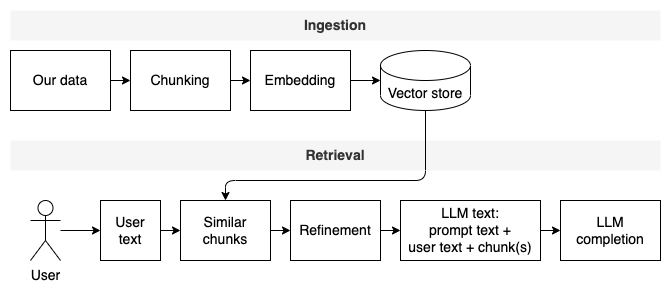
Before: docs/overview.drawio.png, a diagram exported from draw.io (fau-masters-collected-works-cgarbin/gpt-all-local). Source tidied: cells renumbered, new cells last; positions are measured from the earlier drawing's top-left corner, leaving out a move shared by most shapes. Its diagram source:
```xml
<mxGraphModel>
  <root>
    <mxCell id="0" />
    <mxCell id="1" parent="0" />
    <mxCell id="2" style="rounded=0;whiteSpace=wrap;html=1;fontSize=14;strokeColor=none;" parent="1" vertex="1">
      <mxGeometry width="670" height="300" as="geometry" />
    </mxCell>
    <mxCell id="3" style="edgeStyle=none;html=1;fontSize=14;" parent="1" edge="1" source="4" target="6">
      <mxGeometry relative="1" as="geometry" />
    </mxCell>
    <mxCell id="4" value="Our data" style="rounded=0;whiteSpace=wrap;html=1;fontSize=14;" parent="1" vertex="1">
      <mxGeometry x="10" y="50" width="100" height="60" as="geometry" />
    </mxCell>
    <mxCell id="5" style="edgeStyle=none;html=1;fontSize=14;" parent="1" edge="1" source="6" target="8">
      <mxGeometry relative="1" as="geometry" />
    </mxCell>
    <mxCell id="6" value="Chunking" style="rounded=0;whiteSpace=wrap;html=1;fontSize=14;" parent="1" vertex="1">
      <mxGeometry x="130" y="50" width="100" height="60" as="geometry" />
    </mxCell>
    <mxCell id="7" style="edgeStyle=none;html=1;fontSize=14;" parent="1" edge="1" source="8" target="9">
      <mxGeometry relative="1" as="geometry" />
    </mxCell>
    <mxCell id="8" value="Embedding" style="rounded=0;whiteSpace=wrap;html=1;fontSize=14;" parent="1" vertex="1">
      <mxGeometry x="250" y="50" width="100" height="60" as="geometry" />
    </mxCell>
    <mxCell id="9" value="Vector store" style="shape=cylinder3;whiteSpace=wrap;html=1;boundedLbl=1;backgroundOutline=1;size=15;fontSize=14;" parent="1" vertex="1">
      <mxGeometry x="380" y="50" width="90" height="60" as="geometry" />
    </mxCell>
    <mxCell id="10" value="Ingestion" style="text;html=1;strokeColor=none;fillColor=#f5f5f5;align=center;verticalAlign=middle;whiteSpace=wrap;rounded=0;fontSize=14;fontColor=#333333;fontStyle=1;" parent="1" vertex="1">
      <mxGeometry x="10" y="10" width="650" height="30" as="geometry" />
    </mxCell>
    <mxCell id="11" value="Retrieval" style="text;html=1;strokeColor=none;fillColor=#f5f5f5;align=center;verticalAlign=middle;whiteSpace=wrap;rounded=0;fontSize=14;fontColor=#333333;fontStyle=1;" parent="1" vertex="1">
      <mxGeometry x="10" y="140" width="650" height="30" as="geometry" />
    </mxCell>
    <mxCell id="12" style="edgeStyle=none;html=1;fontSize=14;" parent="1" edge="1" source="13" target="15">
      <mxGeometry relative="1" as="geometry" />
    </mxCell>
    <mxCell id="13" value="User" style="shape=umlActor;verticalLabelPosition=bottom;verticalAlign=top;html=1;outlineConnect=0;fontSize=14;" parent="1" vertex="1">
      <mxGeometry x="30" y="200" width="30" height="60" as="geometry" />
    </mxCell>
    <mxCell id="14" style="edgeStyle=none;html=1;fontSize=14;" parent="1" edge="1" source="15" target="17">
      <mxGeometry relative="1" as="geometry" />
    </mxCell>
    <mxCell id="15" value="User&lt;br&gt;text" style="rounded=0;whiteSpace=wrap;html=1;fontSize=14;" parent="1" vertex="1">
      <mxGeometry x="100" y="200" width="60" height="60" as="geometry" />
    </mxCell>
    <mxCell id="16" style="edgeStyle=none;html=1;fontSize=14;" parent="1" edge="1" source="17" target="19">
      <mxGeometry relative="1" as="geometry" />
    </mxCell>
    <mxCell id="17" value="Similar chunks" style="rounded=0;whiteSpace=wrap;html=1;fontSize=14;" parent="1" vertex="1">
      <mxGeometry x="180" y="200" width="90" height="60" as="geometry" />
    </mxCell>
    <mxCell id="18" style="edgeStyle=none;html=1;fontSize=14;" parent="1" edge="1" source="19" target="21">
      <mxGeometry relative="1" as="geometry" />
    </mxCell>
    <mxCell id="19" value="Refinement" style="rounded=0;whiteSpace=wrap;html=1;fontSize=14;" parent="1" vertex="1">
      <mxGeometry x="290" y="200" width="90" height="60" as="geometry" />
    </mxCell>
    <mxCell id="20" style="edgeStyle=none;html=1;fontSize=14;" parent="1" edge="1" source="21" target="22">
      <mxGeometry relative="1" as="geometry" />
    </mxCell>
    <mxCell id="21" value="LLM text:&lt;br&gt;prompt text +&lt;br&gt;user text + chunk(s)" style="rounded=0;whiteSpace=wrap;html=1;fontSize=14;" parent="1" vertex="1">
      <mxGeometry x="400" y="200" width="140" height="60" as="geometry" />
    </mxCell>
    <mxCell id="22" value="LLM completion" style="rounded=0;whiteSpace=wrap;html=1;fontSize=14;" parent="1" vertex="1">
      <mxGeometry x="560" y="200" width="100" height="60" as="geometry" />
    </mxCell>
    <mxCell id="23" style="endArrow=classic;html=1;fontSize=14;exitX=0.5;exitY=1;exitDx=0;exitDy=0;exitPerimeter=0;entryX=0.5;entryY=0;entryDx=0;entryDy=0;" parent="1" edge="1" source="9" target="17">
      <mxGeometry relative="1" as="geometry">
        <Array as="points">
          <mxPoint x="425" y="180" />
          <mxPoint x="225" y="180" />
        </Array>
      </mxGeometry>
    </mxCell>
  </root>
</mxGraphModel>
```
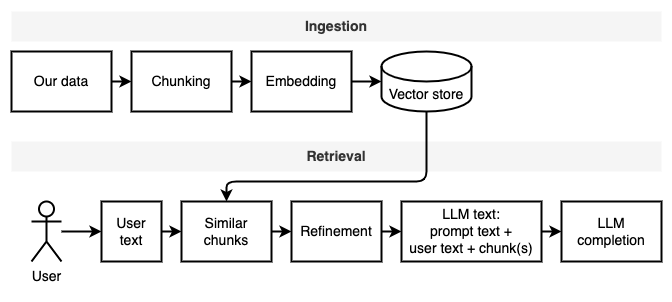
After the commit.

Commit message:
Make picture easier to read

What changed in the source:
```diff
@@ -2,70 +2,70 @@
   <root>
     <mxCell id="0" />
     <mxCell id="1" parent="0" />
-    <mxCell id="2" style="rounded=0;whiteSpace=wrap;html=1;fontSize=14;strokeColor=none;" parent="1" vertex="1">
+    <mxCell id="2" style="rounded=0;whiteSpace=wrap;html=1;fontSize=14;strokeColor=none;strokeWidth=2;" parent="1" vertex="1">
       <mxGeometry width="670" height="300" as="geometry" />
     </mxCell>
-    <mxCell id="3" style="edgeStyle=none;html=1;fontSize=14;" parent="1" edge="1" source="4" target="6">
+    <mxCell id="3" style="edgeStyle=none;html=1;fontSize=14;strokeWidth=2;" parent="1" edge="1" source="4" target="6">
       <mxGeometry relative="1" as="geometry" />
     </mxCell>
-    <mxCell id="4" value="Our data" style="rounded=0;whiteSpace=wrap;html=1;fontSize=14;" parent="1" vertex="1">
+    <mxCell id="4" value="Our data" style="rounded=0;whiteSpace=wrap;html=1;fontSize=14;strokeWidth=2;" parent="1" vertex="1">
       <mxGeometry x="10" y="50" width="100" height="60" as="geometry" />
     </mxCell>
-    <mxCell id="5" style="edgeStyle=none;html=1;fontSize=14;" parent="1" edge="1" source="6" target="8">
+    <mxCell id="5" style="edgeStyle=none;html=1;fontSize=14;strokeWidth=2;" parent="1" edge="1" source="6" target="8">
       <mxGeometry relative="1" as="geometry" />
     </mxCell>
-    <mxCell id="6" value="Chunking" style="rounded=0;whiteSpace=wrap;html=1;fontSize=14;" parent="1" vertex="1">
+    <mxCell id="6" value="Chunking" style="rounded=0;whiteSpace=wrap;html=1;fontSize=14;strokeWidth=2;" parent="1" vertex="1">
       <mxGeometry x="130" y="50" width="100" height="60" as="geometry" />
     </mxCell>
-    <mxCell id="7" style="edgeStyle=none;html=1;fontSize=14;" parent="1" edge="1" source="8" target="9">
+    <mxCell id="7" style="edgeStyle=none;html=1;fontSize=14;strokeWidth=2;" parent="1" edge="1" source="8" target="9">
       <mxGeometry relative="1" as="geometry" />
     </mxCell>
-    <mxCell id="8" value="Embedding" style="rounded=0;whiteSpace=wrap;html=1;fontSize=14;" parent="1" vertex="1">
+    <mxCell id="8" value="Embedding" style="rounded=0;whiteSpace=wrap;html=1;fontSize=14;strokeWidth=2;" parent="1" vertex="1">
       <mxGeometry x="250" y="50" width="100" height="60" as="geometry" />
     </mxCell>
-    <mxCell id="9" value="Vector store" style="shape=cylinder3;whiteSpace=wrap;html=1;boundedLbl=1;backgroundOutline=1;size=15;fontSize=14;" parent="1" vertex="1">
+    <mxCell id="9" value="Vector store" style="shape=cylinder3;whiteSpace=wrap;html=1;boundedLbl=1;backgroundOutline=1;size=15;fontSize=14;strokeWidth=2;" parent="1" vertex="1">
       <mxGeometry x="380" y="50" width="90" height="60" as="geometry" />
     </mxCell>
-    <mxCell id="10" value="Ingestion" style="text;html=1;strokeColor=none;fillColor=#f5f5f5;align=center;verticalAlign=middle;whiteSpace=wrap;rounded=0;fontSize=14;fontColor=#333333;fontStyle=1;" parent="1" vertex="1">
+    <mxCell id="10" value="Ingestion" style="text;html=1;strokeColor=none;fillColor=#f5f5f5;align=center;verticalAlign=middle;whiteSpace=wrap;rounded=0;fontSize=14;fontColor=#333333;fontStyle=1;strokeWidth=2;" parent="1" vertex="1">
       <mxGeometry x="10" y="10" width="650" height="30" as="geometry" />
     </mxCell>
-    <mxCell id="11" value="Retrieval" style="text;html=1;strokeColor=none;fillColor=#f5f5f5;align=center;verticalAlign=middle;whiteSpace=wrap;rounded=0;fontSize=14;fontColor=#333333;fontStyle=1;" parent="1" vertex="1">
+    <mxCell id="11" value="Retrieval" style="text;html=1;strokeColor=none;fillColor=#f5f5f5;align=center;verticalAlign=middle;whiteSpace=wrap;rounded=0;fontSize=14;fontColor=#333333;fontStyle=1;strokeWidth=2;" parent="1" vertex="1">
       <mxGeometry x="10" y="140" width="650" height="30" as="geometry" />
     </mxCell>
-    <mxCell id="12" style="edgeStyle=none;html=1;fontSize=14;" parent="1" edge="1" source="13" target="15">
+    <mxCell id="12" style="edgeStyle=none;html=1;fontSize=14;strokeWidth=2;" parent="1" edge="1" source="13" target="15">
       <mxGeometry relative="1" as="geometry" />
     </mxCell>
-    <mxCell id="13" value="User" style="shape=umlActor;verticalLabelPosition=bottom;verticalAlign=top;html=1;outlineConnect=0;fontSize=14;" parent="1" vertex="1">
+    <mxCell id="13" value="User" style="shape=umlActor;verticalLabelPosition=bottom;verticalAlign=top;html=1;outlineConnect=0;fontSize=14;strokeWidth=2;" parent="1" vertex="1">
       <mxGeometry x="30" y="200" width="30" height="60" as="geometry" />
     </mxCell>
-    <mxCell id="14" style="edgeStyle=none;html=1;fontSize=14;" parent="1" edge="1" source="15" target="17">
+    <mxCell id="14" style="edgeStyle=none;html=1;fontSize=14;strokeWidth=2;" parent="1" edge="1" source="15" target="17">
       <mxGeometry relative="1" as="geometry" />
     </mxCell>
-    <mxCell id="15" value="User&lt;br&gt;text" style="rounded=0;whiteSpace=wrap;html=1;fontSize=14;" parent="1" vertex="1">
+    <mxCell id="15" value="User&lt;br&gt;text" style="rounded=0;whiteSpace=wrap;html=1;fontSize=14;strokeWidth=2;" parent="1" vertex="1">
       <mxGeometry x="100" y="200" width="60" height="60" as="geometry" />
     </mxCell>
-    <mxCell id="16" style="edgeStyle=none;html=1;fontSize=14;" parent="1" edge="1" source="17" target="19">
+    <mxCell id="16" style="edgeStyle=none;html=1;fontSize=14;strokeWidth=2;" parent="1" edge="1" source="17" target="19">
       <mxGeometry relative="1" as="geometry" />
     </mxCell>
-    <mxCell id="17" value="Similar chunks" style="rounded=0;whiteSpace=wrap;html=1;fontSize=14;" parent="1" vertex="1">
+    <mxCell id="17" value="Similar chunks" style="rounded=0;whiteSpace=wrap;html=1;fontSize=14;strokeWidth=2;" parent="1" vertex="1">
       <mxGeometry x="180" y="200" width="90" height="60" as="geometry" />
     </mxCell>
-    <mxCell id="18" style="edgeStyle=none;html=1;fontSize=14;" parent="1" edge="1" source="19" target="21">
+    <mxCell id="18" style="edgeStyle=none;html=1;fontSize=14;strokeWidth=2;" parent="1" edge="1" source="19" target="21">
       <mxGeometry relative="1" as="geometry" />
     </mxCell>
-    <mxCell id="19" value="Refinement" style="rounded=0;whiteSpace=wrap;html=1;fontSize=14;" parent="1" vertex="1">
+    <mxCell id="19" value="Refinement" style="rounded=0;whiteSpace=wrap;html=1;fontSize=14;strokeWidth=2;" parent="1" vertex="1">
       <mxGeometry x="290" y="200" width="90" height="60" as="geometry" />
     </mxCell>
-    <mxCell id="20" style="edgeStyle=none;html=1;fontSize=14;" parent="1" edge="1" source="21" target="22">
+    <mxCell id="20" style="edgeStyle=none;html=1;fontSize=14;strokeWidth=2;" parent="1" edge="1" source="21" target="22">
       <mxGeometry relative="1" as="geometry" />
     </mxCell>
-    <mxCell id="21" value="LLM text:&lt;br&gt;prompt text +&lt;br&gt;user text + chunk(s)" style="rounded=0;whiteSpace=wrap;html=1;fontSize=14;" parent="1" vertex="1">
+    <mxCell id="21" value="LLM text:&lt;br&gt;prompt text +&lt;br&gt;user text + chunk(s)" style="rounded=0;whiteSpace=wrap;html=1;fontSize=14;strokeWidth=2;" parent="1" vertex="1">
       <mxGeometry x="400" y="200" width="140" height="60" as="geometry" />
     </mxCell>
-    <mxCell id="22" value="LLM completion" style="rounded=0;whiteSpace=wrap;html=1;fontSize=14;" parent="1" vertex="1">
+    <mxCell id="22" value="LLM completion" style="rounded=0;whiteSpace=wrap;html=1;fontSize=14;strokeWidth=2;" parent="1" vertex="1">
       <mxGeometry x="560" y="200" width="100" height="60" as="geometry" />
     </mxCell>
-    <mxCell id="23" style="endArrow=classic;html=1;fontSize=14;exitX=0.5;exitY=1;exitDx=0;exitDy=0;exitPerimeter=0;entryX=0.5;entryY=0;entryDx=0;entryDy=0;" parent="1" edge="1" source="9" target="17">
+    <mxCell id="23" style="endArrow=classic;html=1;fontSize=14;exitX=0.5;exitY=1;exitDx=0;exitDy=0;exitPerimeter=0;entryX=0.5;entryY=0;entryDx=0;entryDy=0;strokeWidth=2;" parent="1" edge="1" source="9" target="17">
       <mxGeometry relative="1" as="geometry">
         <Array as="points">
           <mxPoint x="425" y="180" />
```
